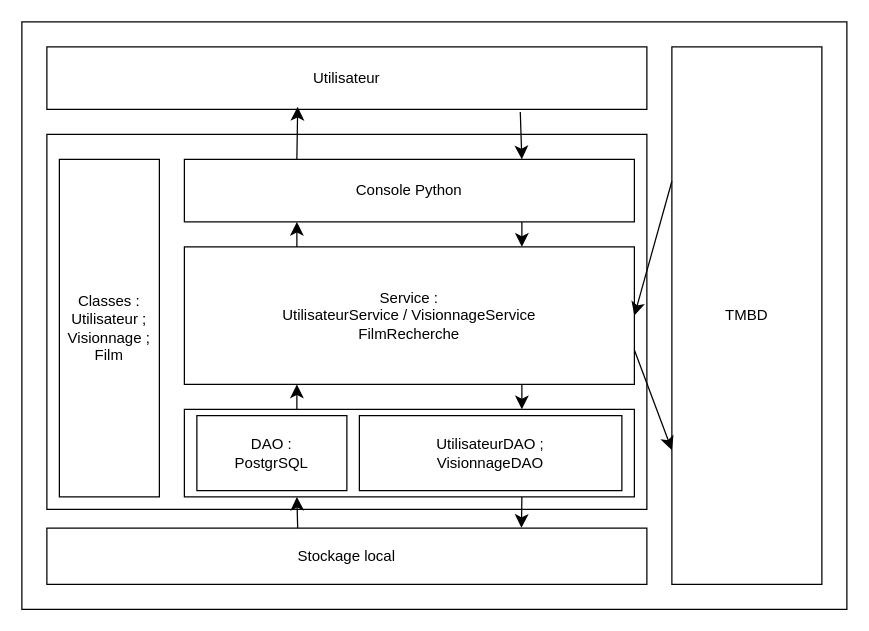
The draw.io diagram doc/DiagrammeDeCouche.drawio in leolrl/Projet2A, before the edit. Source tidied: cells renumbered, new cells numbered last; positions are measured from the earlier drawing's top-left corner, leaving out a move shared by most shapes. Both pictures are drawn from the tidied source at 125%, with x=0, y=0 at pixel (21, 21).
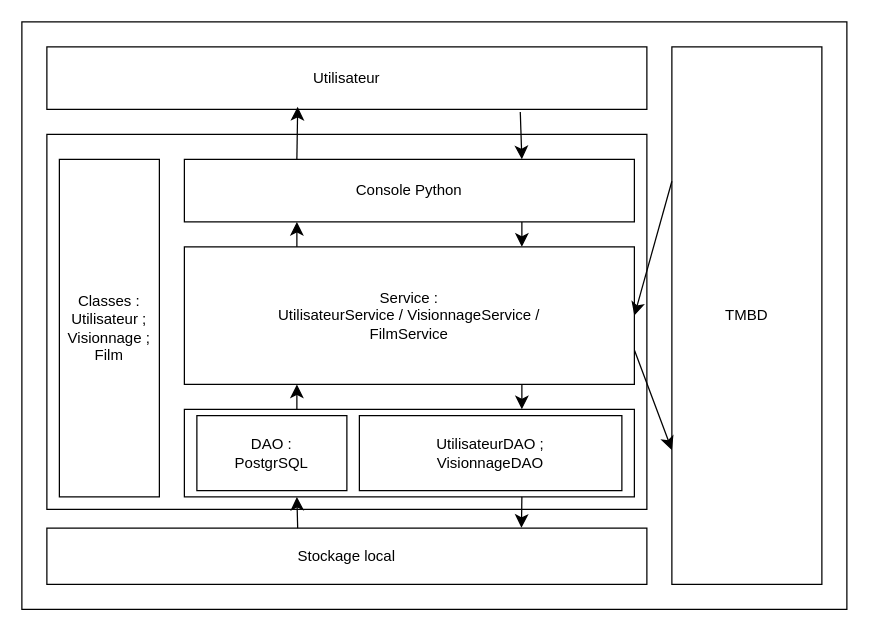
The same page after the edit.

Commit message (it also covers changes not shown here):
Mettre à jour DiagrammeDeCouche.drawio

What changed in the source:
```diff
@@
-    <mxCell id="13" value="Service :&lt;div&gt;UtilisateurService / VisionnageService&lt;/div&gt;&lt;div&gt;FilmRecherche&lt;/div&gt;" style="rounded=0;whiteSpace=wrap;html=1;" parent="1" vertex="1">
+    <mxCell id="13" value="Service :&lt;div&gt;UtilisateurService / VisionnageService /&lt;/div&gt;&lt;div&gt;FilmService&lt;/div&gt;" style="rounded=0;whiteSpace=wrap;html=1;" parent="1" vertex="1">
       <mxGeometry x="130" y="180" width="360" height="110" as="geometry" />
     </mxCell>
```
